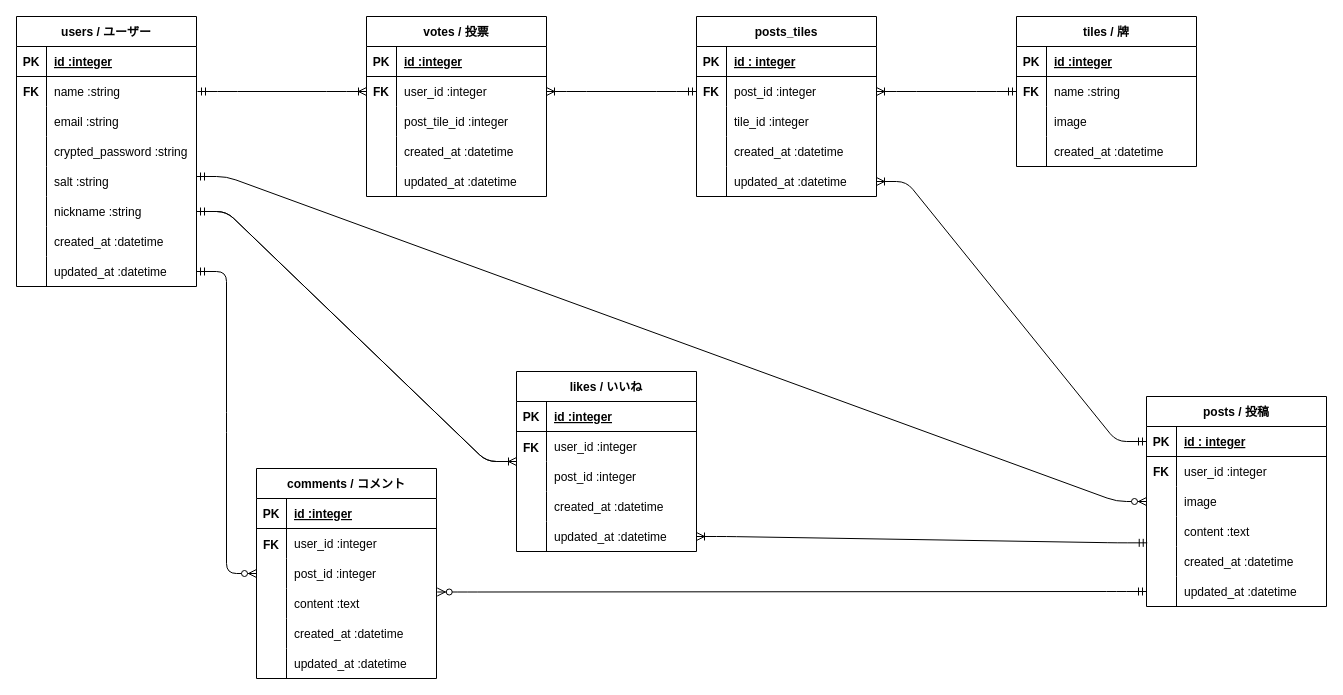
monaka0309/nanikiru keeps this draw.io diagram as .drawio. Above is the earlier version. Source tidied: cells renumbered, new cells numbered last; positions are measured from the earlier drawing's top-left corner, leaving out a move shared by most shapes. Both pictures are drawn from the tidied source at 100%, with x=0, y=0 at pixel (16, 16).
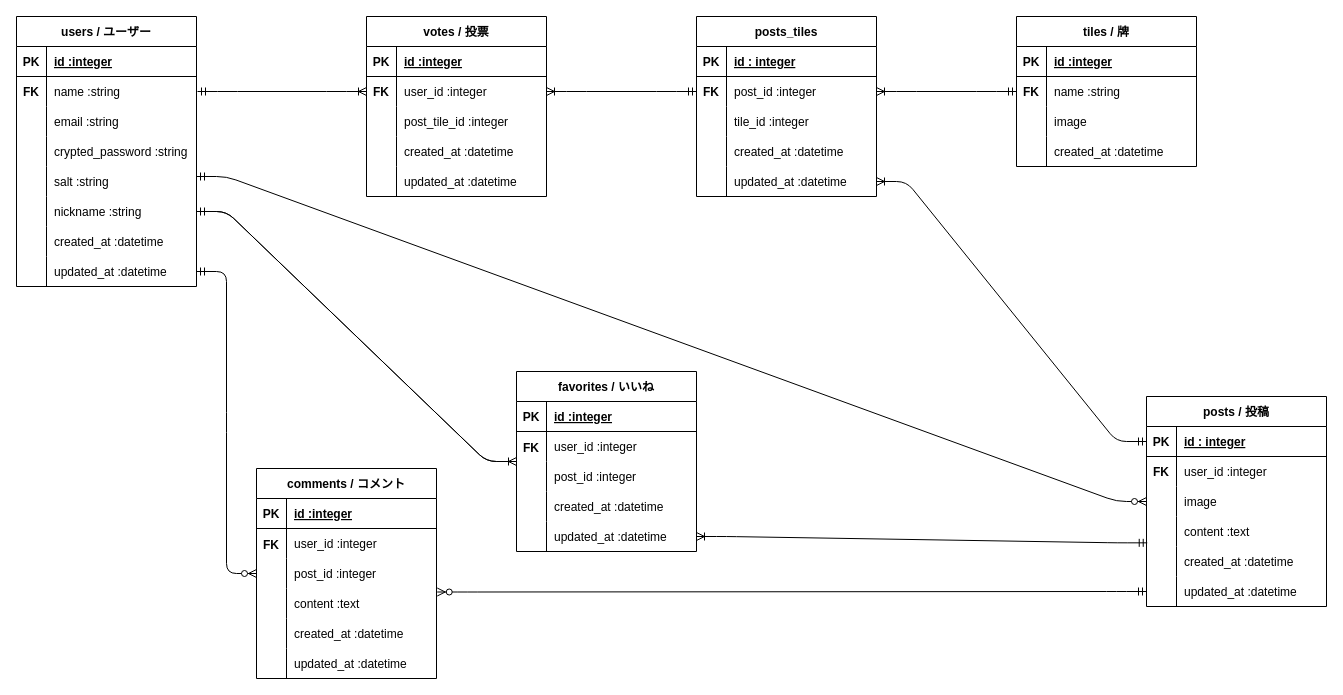
Above is the later version.

What changed in the source:
```diff
@@
-    <mxCell id="83" value="likes / いいね" style="shape=table;startSize=30;childLayout=tableLayout;rowLines=0;fontStyle=1;align=center;" parent="1" vertex="1">
+    <mxCell id="83" value="favorites / いいね" style="shape=table;startSize=30;childLayout=tableLayout;rowLines=0;fontStyle=1;align=center;" parent="1" vertex="1">
       <mxGeometry x="500" y="355" width="180" height="180" as="geometry" />
     </mxCell>
```
